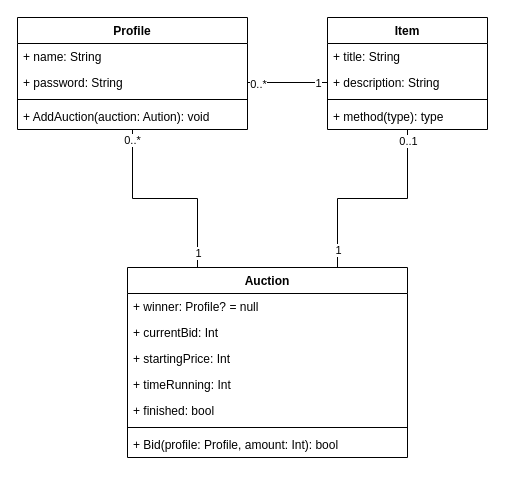
Before: Documentation/CigarsAndGunsHouse.drawio in Silverbaq/CigarsAndGunsHouse, a draw.io diagram. Source tidied: cells renumbered, new cells numbered last; positions are measured from the earlier drawing's top-left corner, leaving out a move shared by most shapes. Both pictures are drawn from the tidied source at 100%, with x=0, y=0 at pixel (17, 17).
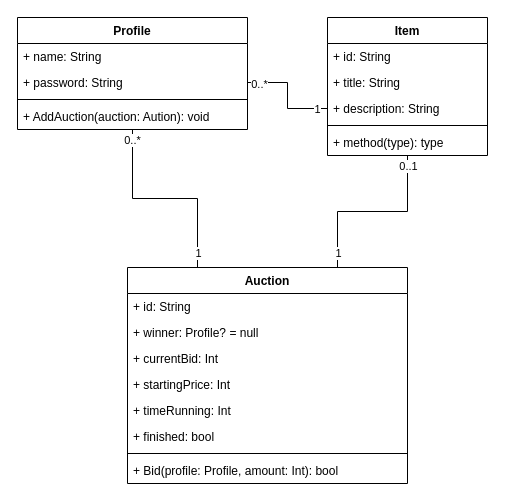
The same diagram, later.

What changed in the source:
```diff
@@
     <mxCell id="13" value="Item" style="swimlane;fontStyle=1;align=center;verticalAlign=top;horizontal=1;startSize=26;" parent="1" vertex="1">
-      <mxGeometry x="310" width="160" height="112" as="geometry" />
+      <mxGeometry x="310" width="160" height="138" as="geometry" />
     </mxCell>
-    <mxCell id="14" value="+ title: String" style="text;strokeColor=none;fillColor=none;align=left;verticalAlign=top;spacingLeft=4;spacingRight=4;overflow=hidden;" parent="13" vertex="1">
+    <mxCell id="14" value="+ id: String" style="text;strokeColor=none;fillColor=none;align=left;verticalAlign=top;spacingLeft=4;spacingRight=4;overflow=hidden;" parent="13" vertex="1">
       <mxGeometry y="26" width="160" height="26" as="geometry" />
     </mxCell>
+    <mxCell id="29" value="+ title: String" style="text;strokeColor=none;fillColor=none;align=left;verticalAlign=top;spacingLeft=4;spacingRight=4;overflow=hidden;" parent="13" vertex="1">
+      <mxGeometry y="52" width="160" height="26" as="geometry" />
+    </mxCell>
     <mxCell id="15" value="+ description: String" style="text;strokeColor=none;fillColor=none;align=left;verticalAlign=top;spacingLeft=4;spacingRight=4;overflow=hidden;points=[[0,0.5],[1,0.5]];portConstraint=eastwest;" parent="13" vertex="1">
-      <mxGeometry y="52" width="160" height="26" as="geometry" />
+      <mxGeometry y="78" width="160" height="26" as="geometry" />
     </mxCell>
     <mxCell id="16" style="line;strokeWidth=1;fillColor=none;align=left;verticalAlign=middle;spacingTop=-1;spacingLeft=3;spacingRight=3;labelPosition=right;strokeColor=inherit;" parent="13" vertex="1">
-      <mxGeometry y="78" width="160" height="8" as="geometry" />
+      <mxGeometry y="104" width="160" height="8" as="geometry" />
     </mxCell>
     <mxCell id="17" value="+ method(type): type" style="text;strokeColor=none;fillColor=none;align=left;verticalAlign=top;spacingLeft=4;spacingRight=4;overflow=hidden;" parent="13" vertex="1">
-      <mxGeometry y="86" width="160" height="26" as="geometry" />
+      <mxGeometry y="112" width="160" height="26" as="geometry" />
     </mxCell>
     <mxCell id="18" value="Auction" style="swimlane;fontStyle=1;align=center;verticalAlign=top;horizontal=1;startSize=26;" parent="1" vertex="1">
-      <mxGeometry x="110" y="250" width="280" height="190" as="geometry" />
+      <mxGeometry x="110" y="250" width="280" height="216" as="geometry" />
     </mxCell>
-    <mxCell id="19" value="+ winner: Profile? = null" style="text;strokeColor=none;fillColor=none;align=left;verticalAlign=top;spacingLeft=4;spacingRight=4;overflow=hidden;" parent="18" vertex="1">
+    <mxCell id="19" value="+ id: String" style="text;strokeColor=none;fillColor=none;align=left;verticalAlign=top;spacingLeft=4;spacingRight=4;overflow=hidden;" parent="18" vertex="1">
       <mxGeometry y="26" width="280" height="26" as="geometry" />
     </mxCell>
+    <mxCell id="30" value="+ winner: Profile? = null" style="text;strokeColor=none;fillColor=none;align=left;verticalAlign=top;spacingLeft=4;spacingRight=4;overflow=hidden;" parent="18" vertex="1">
+      <mxGeometry y="52" width="280" height="26" as="geometry" />
+    </mxCell>
     <mxCell id="20" value="+ currentBid: Int" style="text;strokeColor=none;fillColor=none;align=left;verticalAlign=top;spacingLeft=4;spacingRight=4;overflow=hidden;" parent="18" vertex="1">
-      <mxGeometry y="52" width="280" height="26" as="geometry" />
+      <mxGeometry y="78" width="280" height="26" as="geometry" />
     </mxCell>
     <mxCell id="21" value="+ startingPrice: Int" style="text;strokeColor=none;fillColor=none;align=left;verticalAlign=top;spacingLeft=4;spacingRight=4;overflow=hidden;" parent="18" vertex="1">
-      <mxGeometry y="78" width="280" height="26" as="geometry" />
+      <mxGeometry y="104" width="280" height="26" as="geometry" />
     </mxCell>
     <mxCell id="22" value="+ timeRunning: Int" style="text;strokeColor=none;fillColor=none;align=left;verticalAlign=top;spacingLeft=4;spacingRight=4;overflow=hidden;" parent="18" vertex="1">
-      <mxGeometry y="104" width="280" height="26" as="geometry" />
+      <mxGeometry y="130" width="280" height="26" as="geometry" />
     </mxCell>
     <mxCell id="23" value="+ finished: bool" style="text;strokeColor=none;fillColor=none;align=left;verticalAlign=top;spacingLeft=4;spacingRight=4;overflow=hidden;" parent="18" vertex="1">
-      <mxGeometry y="130" width="280" height="26" as="geometry" />
+      <mxGeometry y="156" width="280" height="26" as="geometry" />
     </mxCell>
     <mxCell id="24" style="line;strokeWidth=1;fillColor=none;align=left;verticalAlign=middle;spacingTop=-1;spacingLeft=3;spacingRight=3;labelPosition=right;strokeColor=inherit;" parent="18" vertex="1">
-      <mxGeometry y="156" width="280" height="8" as="geometry" />
+      <mxGeometry y="182" width="280" height="8" as="geometry" />
     </mxCell>
     <mxCell id="25" value="+ Bid(profile: Profile, amount: Int): bool" style="text;strokeColor=none;fillColor=none;align=left;verticalAlign=top;spacingLeft=4;spacingRight=4;overflow=hidden;" parent="18" vertex="1">
-      <mxGeometry y="164" width="280" height="26" as="geometry" />
+      <mxGeometry y="190" width="280" height="26" as="geometry" />
     </mxCell>
```
